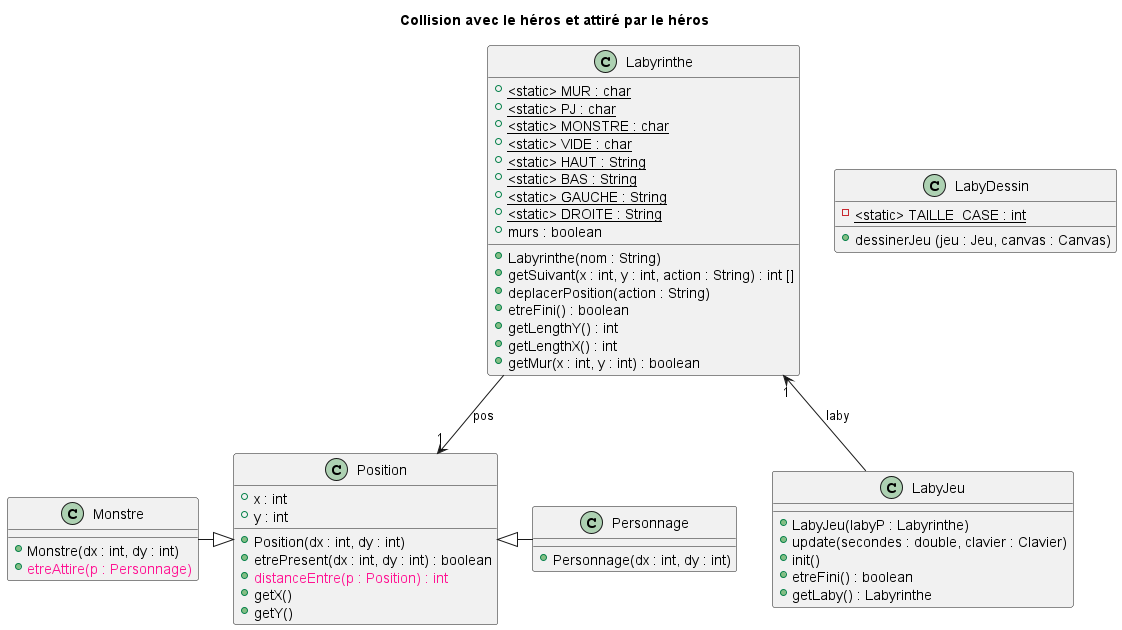
The PlantUML diagram racine_depot/documents/version_3/diagClass_iter2-Collision_avec_le_héros_et_attiré_par_le_héros.png in Hugo-COLLIN/BUT_INFO_S2_2022_Zeldiablo, before a commit.
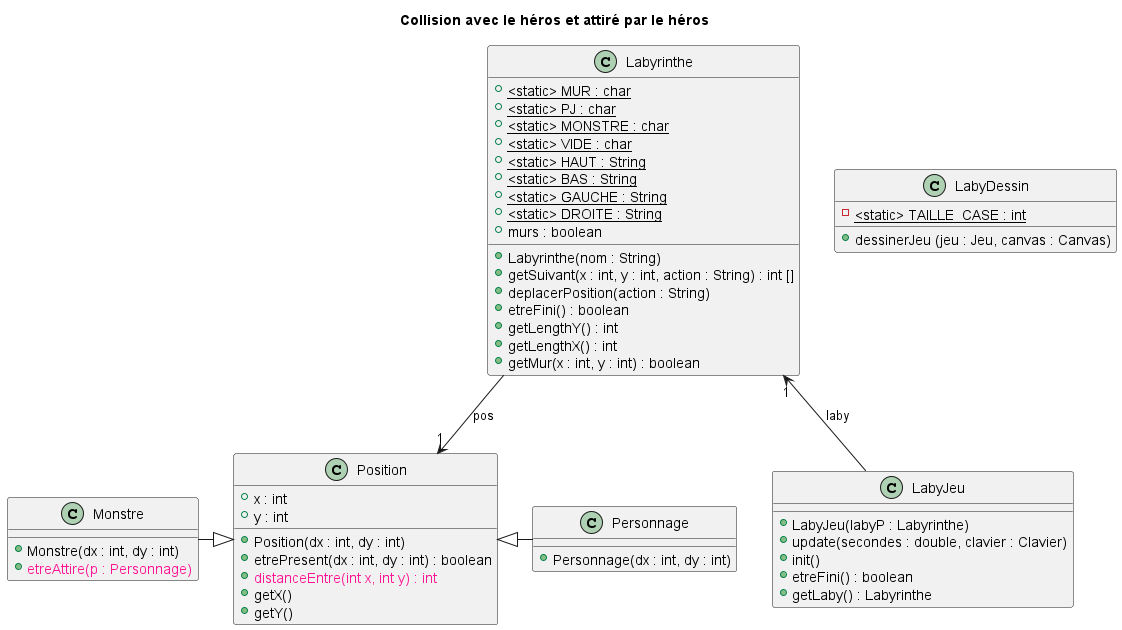
The same diagram one commit later.

Change to the diagram source:
```diff
@@ -40,7 +40,7 @@
 
     + Position(dx : int, dy : int)
     + etrePresent(dx : int, dy : int) : boolean
-    + <color:deeppink>distanceEntre(p : Position) : int</color>
+    + <color:deeppink>distanceEntre(int x, int y) : int</color>
     + getX()
     + getY()
 }
```
